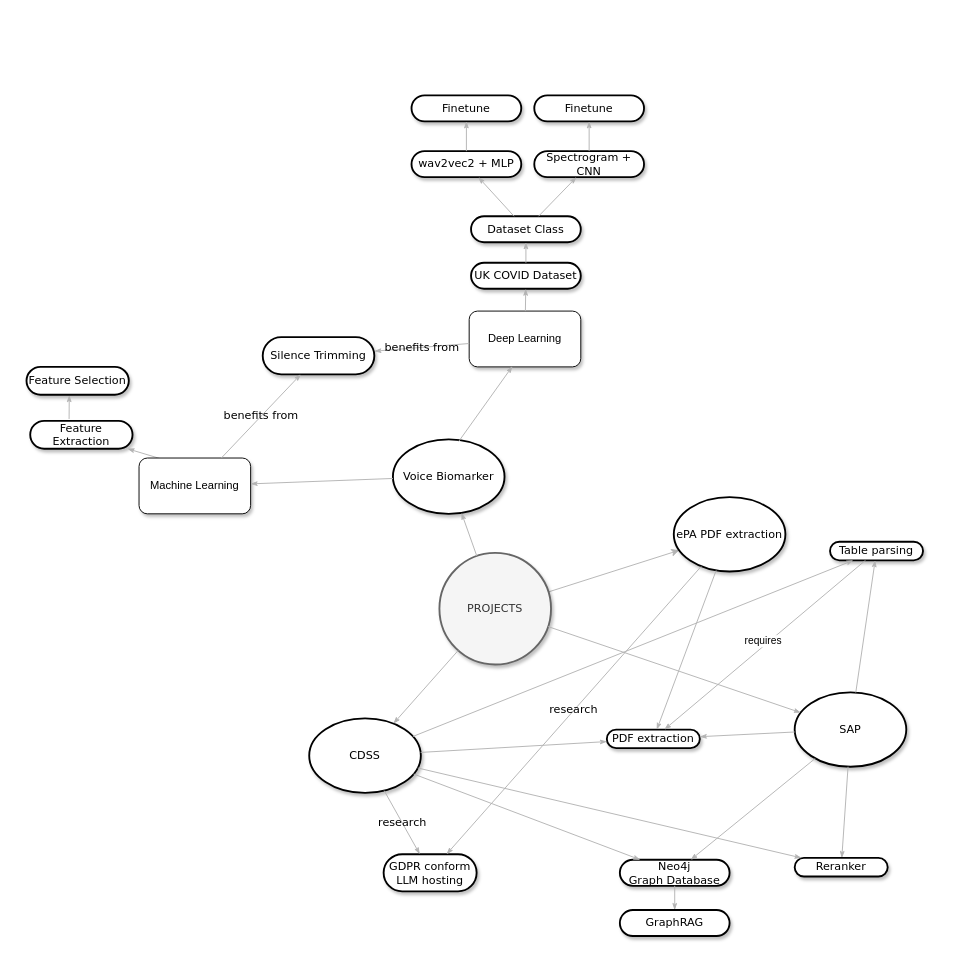
The draw.io diagram Untitled Diagram.drawio in JohannKaspar/medical_rag, before the edit. Source tidied: cells renumbered, new cells numbered last; positions are measured from the earlier drawing's top-left corner, leaving out a move shared by most shapes. Both pictures are drawn from the tidied source at 93%, with x=0, y=0 at pixel (26, 95).
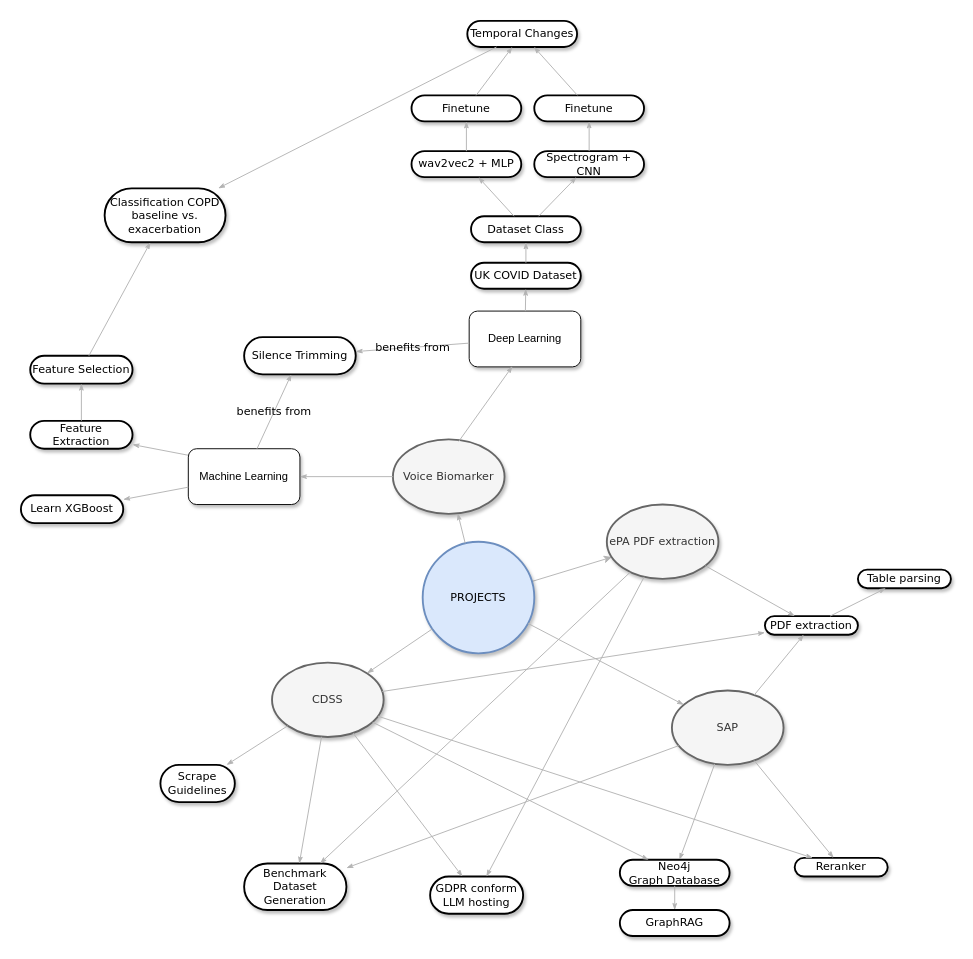
The same page after the edit.

Unchanged cells that the change refers to:
```xml
<mxCell id="8" value="&lt;span&gt;Feature Extraction&lt;/span&gt;" style="whiteSpace=wrap;html=1;rounded=1;shadow=1;comic=0;labelBackgroundColor=none;strokeWidth=2;fontFamily=Verdana;fontSize=12;align=center;arcSize=50;" parent="1" vertex="1">
  <mxGeometry x="4" y="350" width="110" height="30" as="geometry" />
</mxCell>
<mxCell id="39" value="Finetune" style="whiteSpace=wrap;html=1;rounded=1;shadow=1;comic=0;labelBackgroundColor=none;strokeWidth=2;fontFamily=Verdana;fontSize=12;align=center;arcSize=50;" parent="1" vertex="1">
  <mxGeometry x="414" width="118" height="28" as="geometry" />
</mxCell>
<mxCell id="41" value="Finetune" style="whiteSpace=wrap;html=1;rounded=1;shadow=1;comic=0;labelBackgroundColor=none;strokeWidth=2;fontFamily=Verdana;fontSize=12;align=center;arcSize=50;" parent="1" vertex="1">
  <mxGeometry x="546" width="118" height="28" as="geometry" />
</mxCell>
```

What changed in the source:
```diff
@@
-    <mxCell id="2" value="Voice Biomarker" style="ellipse;whiteSpace=wrap;html=1;rounded=1;shadow=1;comic=0;labelBackgroundColor=none;strokeWidth=2;fontFamily=Verdana;fontSize=12;align=center;" parent="1" vertex="1">
+    <mxCell id="2" value="Voice Biomarker" style="ellipse;whiteSpace=wrap;html=1;rounded=1;shadow=1;comic=0;labelBackgroundColor=none;strokeWidth=2;fontFamily=Verdana;fontSize=12;align=center;fillColor=#f5f5f5;fontColor=#333333;strokeColor=#666666;" parent="1" vertex="1">
       <mxGeometry x="394" y="370" width="120" height="80" as="geometry" />
     </mxCell>
-    <mxCell id="3" value="&lt;span&gt;SAP&lt;/span&gt;" style="ellipse;whiteSpace=wrap;html=1;rounded=1;shadow=1;comic=0;labelBackgroundColor=none;strokeWidth=2;fontFamily=Verdana;fontSize=12;align=center;" parent="1" vertex="1">
-      <mxGeometry x="826" y="642" width="120" height="80" as="geometry" />
+    <mxCell id="3" value="&lt;span&gt;SAP&lt;/span&gt;" style="ellipse;whiteSpace=wrap;html=1;rounded=1;shadow=1;comic=0;labelBackgroundColor=none;strokeWidth=2;fontFamily=Verdana;fontSize=12;align=center;fillColor=#f5f5f5;fontColor=#333333;strokeColor=#666666;" parent="1" vertex="1">
+      <mxGeometry x="694" y="640" width="120" height="80" as="geometry" />
     </mxCell>
@@
-    <mxCell id="5" value="PROJECTS" style="ellipse;whiteSpace=wrap;html=1;rounded=1;shadow=1;comic=0;labelBackgroundColor=none;strokeWidth=2;fontFamily=Verdana;fontSize=12;align=center;fillColor=#f5f5f5;fontColor=#333333;strokeColor=#666666;" parent="1" vertex="1">
-      <mxGeometry x="444" y="492" width="120" height="120" as="geometry" />
+    <mxCell id="5" value="PROJECTS" style="ellipse;whiteSpace=wrap;html=1;rounded=1;shadow=1;comic=0;labelBackgroundColor=none;strokeWidth=2;fontFamily=Verdana;fontSize=12;align=center;fillColor=#dae8fc;strokeColor=#6c8ebf;" parent="1" vertex="1">
+      <mxGeometry x="426" y="480" width="120" height="120" as="geometry" />
     </mxCell>
-    <mxCell id="6" value="CDSS" style="ellipse;whiteSpace=wrap;html=1;rounded=1;shadow=1;comic=0;labelBackgroundColor=none;strokeWidth=2;fontFamily=Verdana;fontSize=12;align=center;" parent="1" vertex="1">
-      <mxGeometry x="304" y="670" width="120" height="80" as="geometry" />
+    <mxCell id="6" value="CDSS" style="ellipse;whiteSpace=wrap;html=1;rounded=1;shadow=1;comic=0;labelBackgroundColor=none;strokeWidth=2;fontFamily=Verdana;fontSize=12;align=center;fillColor=#f5f5f5;fontColor=#333333;strokeColor=#666666;" parent="1" vertex="1">
+      <mxGeometry x="264" y="610" width="120" height="80" as="geometry" />
     </mxCell>
     <mxCell id="7" value="&lt;span&gt;Silence Trimming&lt;/span&gt;" style="whiteSpace=wrap;html=1;rounded=1;shadow=1;comic=0;labelBackgroundColor=none;strokeWidth=2;fontFamily=Verdana;fontSize=12;align=center;arcSize=50;" parent="1" vertex="1">
-      <mxGeometry x="254" y="260" width="120" height="40" as="geometry" />
+      <mxGeometry x="234" y="260" width="120" height="40" as="geometry" />
     </mxCell>
@@
     <mxCell id="10" value="&lt;span&gt;PDF extraction&lt;/span&gt;" style="whiteSpace=wrap;html=1;rounded=1;shadow=1;comic=0;labelBackgroundColor=none;strokeWidth=2;fontFamily=Verdana;fontSize=12;align=center;arcSize=50;" parent="1" vertex="1">
-      <mxGeometry x="624" y="682" width="100" height="20" as="geometry" />
+      <mxGeometry x="794" y="560" width="100" height="20" as="geometry" />
     </mxCell>
@@
     <mxCell id="12" value="Table parsing" style="whiteSpace=wrap;html=1;rounded=1;shadow=1;comic=0;labelBackgroundColor=none;strokeWidth=2;fontFamily=Verdana;fontSize=12;align=center;arcSize=50;" parent="1" vertex="1">
-      <mxGeometry x="864" y="480" width="100" height="20" as="geometry" />
+      <mxGeometry x="894" y="510" width="100" height="20" as="geometry" />
     </mxCell>
@@
     <mxCell id="20" value="&lt;span&gt;GDPR conform LLM hosting&lt;/span&gt;" style="whiteSpace=wrap;html=1;rounded=1;shadow=1;comic=0;labelBackgroundColor=none;strokeWidth=2;fontFamily=Verdana;fontSize=12;align=center;arcSize=50;" parent="1" vertex="1">
-      <mxGeometry x="384" y="816" width="100" height="40" as="geometry" />
+      <mxGeometry x="434" y="840" width="100" height="40" as="geometry" />
     </mxCell>
-    <mxCell id="21" value="research" style="edgeStyle=none;rounded=1;html=1;labelBackgroundColor=none;startArrow=none;startFill=0;startSize=5;endArrow=classicThin;endFill=1;endSize=5;jettySize=auto;strokeColor=#B3B3B3;strokeWidth=1;fontFamily=Verdana;fontSize=12;noEdgeStyle=1;" parent="1" edge="1" source="6" target="20">
+    <mxCell id="21" style="edgeStyle=none;rounded=1;html=1;labelBackgroundColor=none;startArrow=none;startFill=0;startSize=5;endArrow=classicThin;endFill=1;endSize=5;jettySize=auto;strokeColor=#B3B3B3;strokeWidth=1;fontFamily=Verdana;fontSize=12;noEdgeStyle=1;" parent="1" edge="1" source="6" target="20">
       <mxGeometry relative="1" as="geometry" />
     </mxCell>
-    <mxCell id="22" value="ePA PDF extraction" style="ellipse;whiteSpace=wrap;html=1;rounded=1;shadow=1;comic=0;labelBackgroundColor=none;strokeWidth=2;fontFamily=Verdana;fontSize=12;align=center;" parent="1" vertex="1">
-      <mxGeometry x="696" y="432" width="120" height="80" as="geometry" />
+    <mxCell id="22" value="ePA PDF extraction" style="ellipse;whiteSpace=wrap;html=1;rounded=1;shadow=1;comic=0;labelBackgroundColor=none;strokeWidth=2;fontFamily=Verdana;fontSize=12;align=center;fillColor=#f5f5f5;fontColor=#333333;strokeColor=#666666;" parent="1" vertex="1">
+      <mxGeometry x="624" y="440" width="120" height="80" as="geometry" />
     </mxCell>
     <mxCell id="23" value="Machine Learning" style="rounded=1;whiteSpace=wrap;html=1;shadow=1;" parent="1" vertex="1">
-      <mxGeometry x="121" y="390" width="120" height="60" as="geometry" />
+      <mxGeometry x="174" y="380" width="120" height="60" as="geometry" />
     </mxCell>
@@
     <mxCell id="31" value="&lt;span&gt;Feature Selection&lt;/span&gt;" style="whiteSpace=wrap;html=1;rounded=1;shadow=1;comic=0;labelBackgroundColor=none;strokeWidth=2;fontFamily=Verdana;fontSize=12;align=center;arcSize=50;" parent="1" vertex="1">
-      <mxGeometry y="292" width="110" height="30" as="geometry" />
+      <mxGeometry x="4" y="280" width="110" height="30" as="geometry" />
     </mxCell>
-    <mxCell id="32" style="edgeStyle=none;rounded=1;html=1;labelBackgroundColor=none;startArrow=none;startFill=0;startSize=5;endArrow=classicThin;endFill=1;endSize=5;jettySize=auto;strokeColor=#B3B3B3;strokeWidth=1;fontFamily=Verdana;fontSize=12;exitX=0.38;exitY=-0.067;exitDx=0;exitDy=0;exitPerimeter=0;entryX=0.418;entryY=1.013;entryDx=0;entryDy=0;entryPerimeter=0;noEdgeStyle=1;" parent="1" edge="1" source="8" target="31">
+    <mxCell id="32" style="edgeStyle=none;rounded=1;html=1;labelBackgroundColor=none;startArrow=none;startFill=0;startSize=5;endArrow=classicThin;endFill=1;endSize=5;jettySize=auto;strokeColor=#B3B3B3;strokeWidth=1;fontFamily=Verdana;fontSize=12;noEdgeStyle=1;" parent="1" edge="1" source="8" target="31">
       <mxGeometry relative="1" as="geometry" />
     </mxCell>
@@
-    <mxCell id="48" style="edgeStyle=none;rounded=1;html=1;labelBackgroundColor=none;startArrow=none;startFill=0;startSize=5;endArrow=classicThin;endFill=1;endSize=5;jettySize=auto;strokeColor=#B3B3B3;strokeWidth=1;fontFamily=Verdana;fontSize=12;noEdgeStyle=1;" parent="1" edge="1" source="12" target="10">
+    <mxCell id="48" style="edgeStyle=none;rounded=1;html=1;labelBackgroundColor=none;startArrow=none;startFill=0;startSize=5;endArrow=classicThin;endFill=1;endSize=5;jettySize=auto;strokeColor=#B3B3B3;strokeWidth=1;fontFamily=Verdana;fontSize=12;noEdgeStyle=1;" parent="1" edge="1" source="10" target="12">
       <mxGeometry relative="1" as="geometry" />
     </mxCell>
-    <mxCell id="49" value="requires" style="edgeLabel;html=1;align=center;verticalAlign=middle;" parent="48" vertex="1">
-      <mxGeometry x="-0.01" y="-5" relative="1" as="geometry" />
-    </mxCell>
@@
-    <mxCell id="51" style="edgeStyle=none;rounded=1;html=1;labelBackgroundColor=none;startArrow=none;startFill=0;startSize=5;endArrow=classicThin;endFill=1;endSize=5;jettySize=auto;strokeColor=#B3B3B3;strokeWidth=1;fontFamily=Verdana;fontSize=12;noEdgeStyle=1;" parent="1" edge="1" source="6" target="12">
-      <mxGeometry relative="1" as="geometry" />
-    </mxCell>
-    <mxCell id="52" style="edgeStyle=none;rounded=1;html=1;labelBackgroundColor=none;startArrow=none;startFill=0;startSize=5;endArrow=classicThin;endFill=1;endSize=5;jettySize=auto;strokeColor=#B3B3B3;strokeWidth=1;fontFamily=Verdana;fontSize=12;noEdgeStyle=1;" parent="1" edge="1" source="3" target="12">
-      <mxGeometry relative="1" as="geometry" />
-    </mxCell>
-    <mxCell id="53" value="research" style="edgeStyle=none;rounded=1;html=1;labelBackgroundColor=none;startArrow=none;startFill=0;startSize=5;endArrow=classicThin;endFill=1;endSize=5;jettySize=auto;strokeColor=#B3B3B3;strokeWidth=1;fontFamily=Verdana;fontSize=12;noEdgeStyle=1;" parent="1" edge="1" source="22" target="20">
+    <mxCell id="53" style="edgeStyle=none;rounded=1;html=1;labelBackgroundColor=none;startArrow=none;startFill=0;startSize=5;endArrow=classicThin;endFill=1;endSize=5;jettySize=auto;strokeColor=#B3B3B3;strokeWidth=1;fontFamily=Verdana;fontSize=12;noEdgeStyle=1;" parent="1" edge="1" source="22" target="20">
       <mxGeometry relative="1" as="geometry" />
     </mxCell>
+    <mxCell id="54" value="&lt;span&gt;Benchmark Dataset Generation&lt;/span&gt;" style="whiteSpace=wrap;html=1;rounded=1;shadow=1;comic=0;labelBackgroundColor=none;strokeWidth=2;fontFamily=Verdana;fontSize=12;align=center;arcSize=50;" parent="1" vertex="1">
+      <mxGeometry x="234" y="826" width="110" height="50" as="geometry" />
+    </mxCell>
+    <mxCell id="55" style="edgeStyle=none;rounded=1;html=1;labelBackgroundColor=none;startArrow=none;startFill=0;startSize=5;endArrow=classicThin;endFill=1;endSize=5;jettySize=auto;strokeColor=#B3B3B3;strokeWidth=1;fontFamily=Verdana;fontSize=12;noEdgeStyle=1;" parent="1" edge="1" source="6" target="54">
+      <mxGeometry relative="1" as="geometry" />
+    </mxCell>
+    <mxCell id="56" style="edgeStyle=none;rounded=1;html=1;labelBackgroundColor=none;startArrow=none;startFill=0;startSize=5;endArrow=classicThin;endFill=1;endSize=5;jettySize=auto;strokeColor=#B3B3B3;strokeWidth=1;fontFamily=Verdana;fontSize=12;noEdgeStyle=1;" parent="1" edge="1" source="22" target="54">
+      <mxGeometry relative="1" as="geometry" />
+    </mxCell>
+    <mxCell id="57" style="edgeStyle=none;rounded=1;html=1;labelBackgroundColor=none;startArrow=none;startFill=0;startSize=5;endArrow=classicThin;endFill=1;endSize=5;jettySize=auto;strokeColor=#B3B3B3;strokeWidth=1;fontFamily=Verdana;fontSize=12;noEdgeStyle=1;" parent="1" edge="1" source="3" target="54">
+      <mxGeometry relative="1" as="geometry" />
+    </mxCell>
+    <mxCell id="58" value="Temporal Changes" style="whiteSpace=wrap;html=1;rounded=1;shadow=1;comic=0;labelBackgroundColor=none;strokeWidth=2;fontFamily=Verdana;fontSize=12;align=center;arcSize=50;" parent="1" vertex="1">
+      <mxGeometry x="474" y="-80" width="118" height="28" as="geometry" />
+    </mxCell>
+    <mxCell id="59" style="edgeStyle=none;rounded=1;html=1;labelBackgroundColor=none;startArrow=none;startFill=0;startSize=5;endArrow=classicThin;endFill=1;endSize=5;jettySize=auto;strokeColor=#B3B3B3;strokeWidth=1;fontFamily=Verdana;fontSize=12;noEdgeStyle=1;" parent="1" edge="1" source="39" target="58">
+      <mxGeometry relative="1" as="geometry" />
+    </mxCell>
+    <mxCell id="60" style="edgeStyle=none;rounded=1;html=1;labelBackgroundColor=none;startArrow=none;startFill=0;startSize=5;endArrow=classicThin;endFill=1;endSize=5;jettySize=auto;strokeColor=#B3B3B3;strokeWidth=1;fontFamily=Verdana;fontSize=12;noEdgeStyle=1;" parent="1" edge="1" source="41" target="58">
+      <mxGeometry relative="1" as="geometry" />
+    </mxCell>
+    <mxCell id="61" value="&lt;span&gt;Scrape Guidelines&lt;/span&gt;" style="whiteSpace=wrap;html=1;rounded=1;shadow=1;comic=0;labelBackgroundColor=none;strokeWidth=2;fontFamily=Verdana;fontSize=12;align=center;arcSize=50;" parent="1" vertex="1">
+      <mxGeometry x="144" y="720" width="80" height="40" as="geometry" />
+    </mxCell>
+    <mxCell id="62" style="edgeStyle=none;rounded=1;html=1;labelBackgroundColor=none;startArrow=none;startFill=0;startSize=5;endArrow=classicThin;endFill=1;endSize=5;jettySize=auto;strokeColor=#B3B3B3;strokeWidth=1;fontFamily=Verdana;fontSize=12;noEdgeStyle=1;" parent="1" edge="1" source="6" target="61">
+      <mxGeometry relative="1" as="geometry" />
+    </mxCell>
+    <mxCell id="63" value="&lt;span&gt;Classification COPD baseline vs. exacerbation&lt;/span&gt;" style="whiteSpace=wrap;html=1;rounded=1;shadow=1;comic=0;labelBackgroundColor=none;strokeWidth=2;fontFamily=Verdana;fontSize=12;align=center;arcSize=50;" parent="1" vertex="1">
+      <mxGeometry x="84" y="100" width="130" height="58" as="geometry" />
+    </mxCell>
+    <mxCell id="64" style="edgeStyle=none;rounded=1;html=1;labelBackgroundColor=none;startArrow=none;startFill=0;startSize=5;endArrow=classicThin;endFill=1;endSize=5;jettySize=auto;strokeColor=#B3B3B3;strokeWidth=1;fontFamily=Verdana;fontSize=12;noEdgeStyle=1;" parent="1" edge="1" source="31" target="63">
+      <mxGeometry relative="1" as="geometry" />
+    </mxCell>
+    <mxCell id="65" style="edgeStyle=none;rounded=1;html=1;labelBackgroundColor=none;startArrow=none;startFill=0;startSize=5;endArrow=classicThin;endFill=1;endSize=5;jettySize=auto;strokeColor=#B3B3B3;strokeWidth=1;fontFamily=Verdana;fontSize=12;noEdgeStyle=1;" parent="1" edge="1" source="58" target="63">
+      <mxGeometry relative="1" as="geometry" />
+    </mxCell>
+    <mxCell id="66" value="&lt;span&gt;Learn XGBoost&lt;/span&gt;" style="whiteSpace=wrap;html=1;rounded=1;shadow=1;comic=0;labelBackgroundColor=none;strokeWidth=2;fontFamily=Verdana;fontSize=12;align=center;arcSize=50;" parent="1" vertex="1">
+      <mxGeometry x="-6" y="430" width="110" height="30" as="geometry" />
+    </mxCell>
+    <mxCell id="67" style="edgeStyle=none;rounded=1;html=1;labelBackgroundColor=none;startArrow=none;startFill=0;startSize=5;endArrow=classicThin;endFill=1;endSize=5;jettySize=auto;strokeColor=#B3B3B3;strokeWidth=1;fontFamily=Verdana;fontSize=12;noEdgeStyle=1;" parent="1" edge="1" source="23" target="66">
+      <mxGeometry relative="1" as="geometry" />
+    </mxCell>
```
